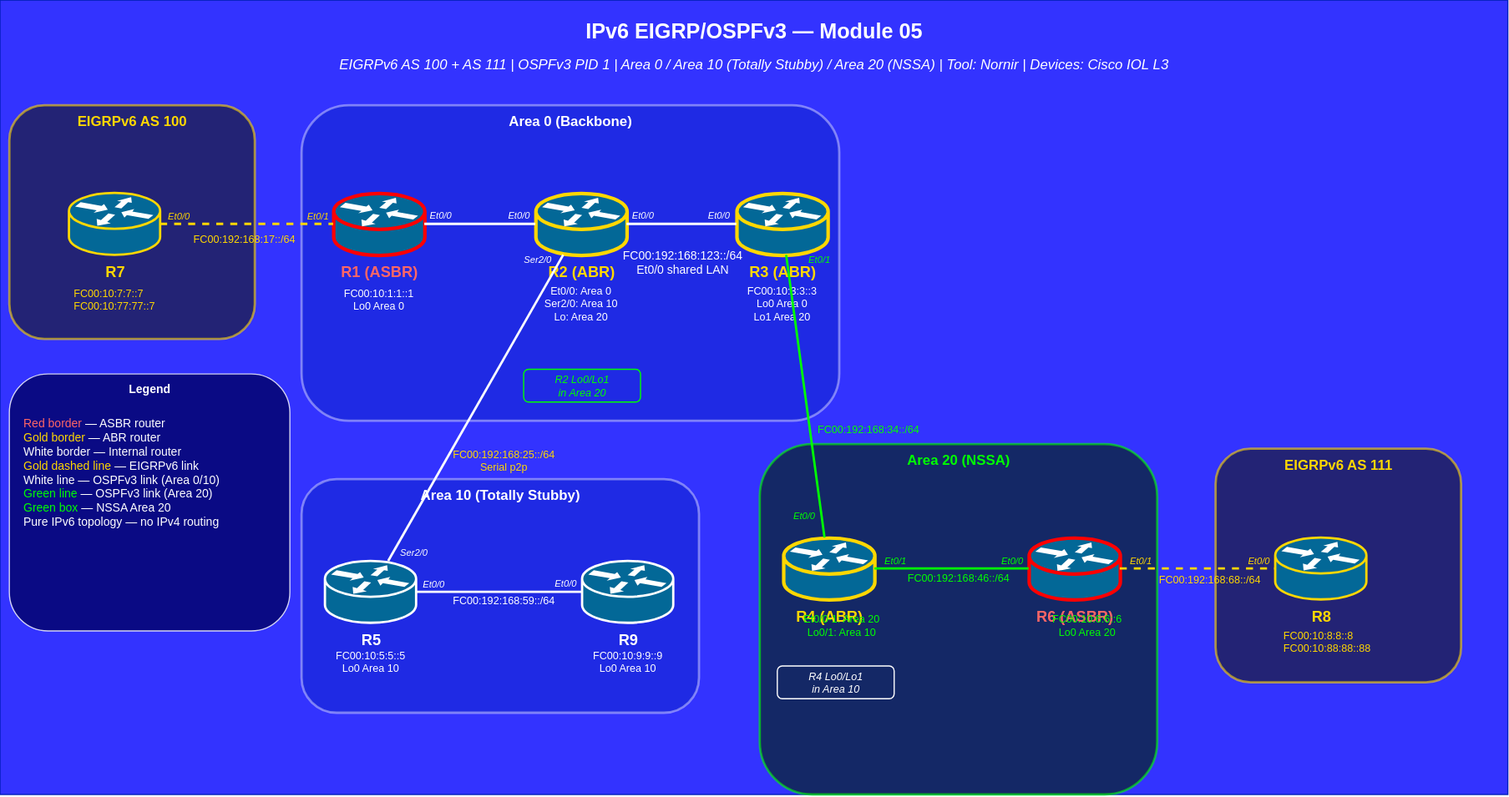
The draw.io diagram modules/05_ipv6_eigrp_ospf_nornir/diagrams/module05_topology_ipv6_eigrp_ospf.drawio.svg in tjehn/NAMS26, before a commit. Source tidied: cells renumbered, new cells last; positions are measured from the earlier drawing's top-left corner, leaving out a move shared by most shapes.
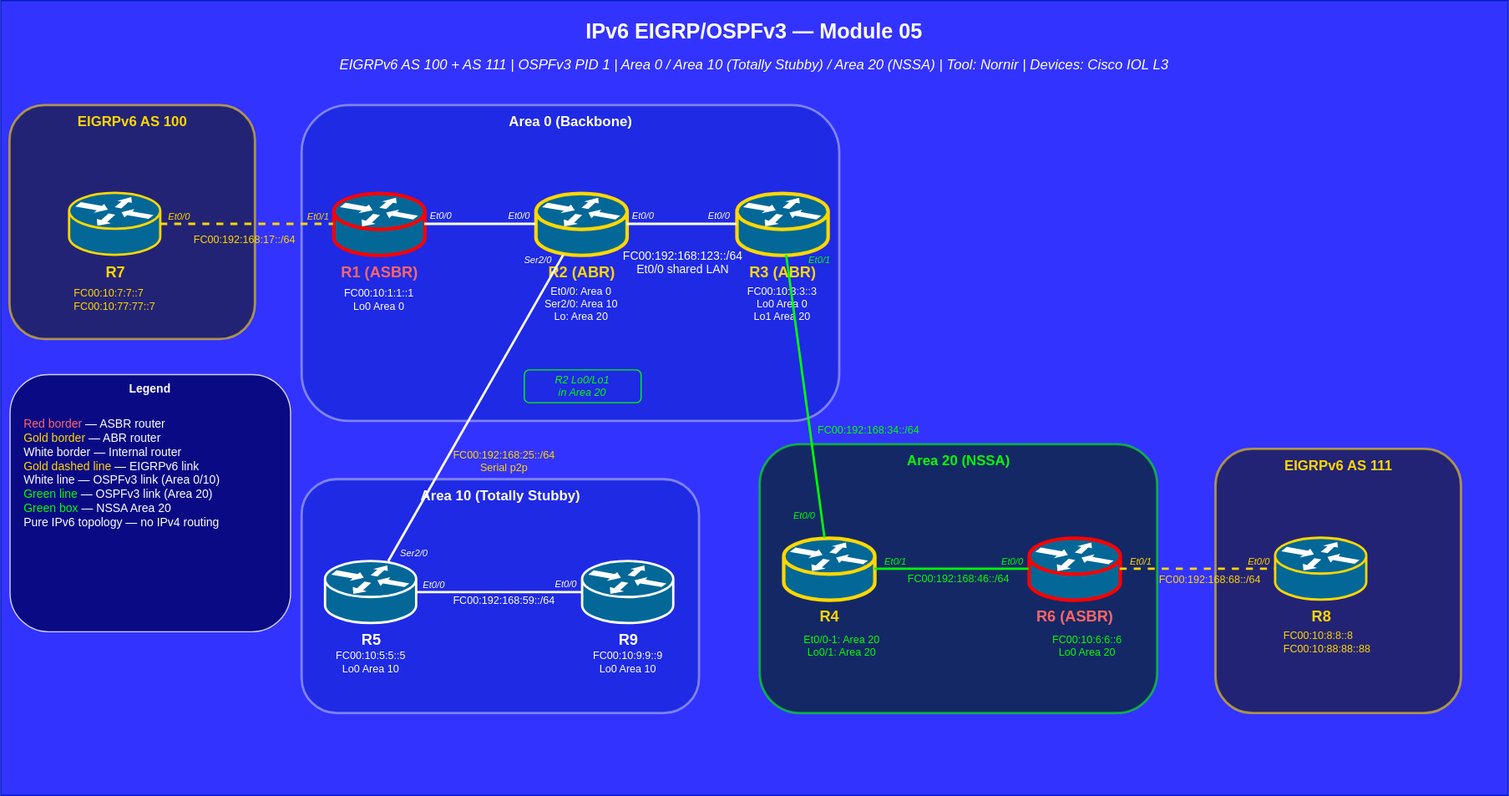
Later version of the same file.

What changed in the source:
```diff
@@ -96,13 +96,13 @@
       <mxGeometry x="466" y="492" width="36" height="14" as="geometry" />
     </mxCell>
     <mxCell id="33" value="Area 20 (NSSA)" style="rounded=1;whiteSpace=wrap;html=1;fillColor=#002200;strokeColor=#00FF00;strokeWidth=2;opacity=60;fontColor=#00FF00;fontSize=12;fontStyle=1;verticalAlign=top;" parent="1" vertex="1">
-      <mxGeometry x="650" y="380" width="340" height="300" as="geometry" />
+      <mxGeometry x="650" y="380" width="340" height="230" as="geometry" />
     </mxCell>
-    <mxCell id="34" value="R4 (ABR)" style="strokeColor=#FFD700;sketch=0;html=1;dashed=0;fillColor=#036897;strokeWidth=3;verticalLabelPosition=bottom;verticalAlign=top;align=center;outlineConnect=0;shape=mxgraph.cisco.routers.router;fontColor=#FFD700;fontSize=13;fontStyle=1;" parent="1" vertex="1">
+    <mxCell id="34" value="R4" style="strokeColor=#FFD700;sketch=0;html=1;dashed=0;fillColor=#036897;strokeWidth=3;verticalLabelPosition=bottom;verticalAlign=top;align=center;outlineConnect=0;shape=mxgraph.cisco.routers.router;fontColor=#FFD700;fontSize=13;fontStyle=1;" parent="1" vertex="1">
       <mxGeometry x="670" y="460" width="78" height="53" as="geometry" />
     </mxCell>
-    <mxCell id="35" value="Et0/0-1: Area 20&#10;Lo0/1: Area 10" style="text;html=1;whiteSpace=wrap;strokeColor=none;fillColor=none;align=center;verticalAlign=middle;rounded=0;fontColor=#00FF00;fontSize=9;" parent="1" vertex="1">
-      <mxGeometry x="665" y="521" width="110" height="28" as="geometry" />
+    <mxCell id="35" value="Et0/0-1: Area 20&lt;br&gt;Lo0/1: Area 20" style="text;html=1;whiteSpace=wrap;strokeColor=none;fillColor=none;align=center;verticalAlign=middle;rounded=0;fontColor=#00FF00;fontSize=9;" parent="1" vertex="1">
+      <mxGeometry x="665" y="538" width="110" height="28" as="geometry" />
     </mxCell>
     <mxCell id="36" value="Et0/0" style="text;html=1;whiteSpace=wrap;strokeColor=none;fillColor=none;align=center;verticalAlign=middle;rounded=0;fontColor=#00FF00;fontSize=8;fontStyle=2;" parent="1" vertex="1">
       <mxGeometry x="670" y="434" width="36" height="14" as="geometry" />
@@ -110,14 +110,11 @@
     <mxCell id="37" value="Et0/1" style="text;html=1;whiteSpace=wrap;strokeColor=none;fillColor=none;align=center;verticalAlign=middle;rounded=0;fontColor=#00FF00;fontSize=8;fontStyle=2;" parent="1" vertex="1">
       <mxGeometry x="748" y="473" width="36" height="14" as="geometry" />
     </mxCell>
-    <mxCell id="38" value="R4 Lo0/Lo1&#10;in Area 10" style="text;html=1;whiteSpace=wrap;strokeColor=#FFFFFF;fillColor=none;align=center;verticalAlign=middle;rounded=1;fontColor=#FFFFFF;fontSize=9;fontStyle=2;" parent="1" vertex="1">
-      <mxGeometry x="665" y="570" width="100" height="28" as="geometry" />
-    </mxCell>
     <mxCell id="39" value="R6 (ASBR)" style="strokeColor=#FF0000;sketch=0;html=1;dashed=0;fillColor=#036897;strokeWidth=3;verticalLabelPosition=bottom;verticalAlign=top;align=center;outlineConnect=0;shape=mxgraph.cisco.routers.router;fontColor=#FF6666;fontSize=13;fontStyle=1;" parent="1" vertex="1">
       <mxGeometry x="880" y="460" width="78" height="53" as="geometry" />
     </mxCell>
     <mxCell id="40" value="FC00:10:6:6::6&#10;Lo0 Area 20" style="text;html=1;whiteSpace=wrap;strokeColor=none;fillColor=none;align=center;verticalAlign=middle;rounded=0;fontColor=#00FF00;fontSize=9;" parent="1" vertex="1">
-      <mxGeometry x="880" y="521" width="100" height="28" as="geometry" />
+      <mxGeometry x="880" y="538" width="100" height="28" as="geometry" />
     </mxCell>
     <mxCell id="41" value="Et0/0" style="text;html=1;whiteSpace=wrap;strokeColor=none;fillColor=none;align=center;verticalAlign=middle;rounded=0;fontColor=#00FF00;fontSize=8;fontStyle=2;" parent="1" vertex="1">
       <mxGeometry x="848" y="473" width="36" height="14" as="geometry" />
@@ -126,7 +123,7 @@
       <mxGeometry x="958" y="473" width="36" height="14" as="geometry" />
     </mxCell>
     <mxCell id="43" value="EIGRPv6 AS 111" style="rounded=1;whiteSpace=wrap;html=1;fillColor=#1a1a1a;strokeColor=#FFD700;strokeWidth=2;opacity=60;fontColor=#FFD700;fontSize=12;fontStyle=1;verticalAlign=top;" parent="1" vertex="1">
-      <mxGeometry x="1040" y="384" width="210" height="200" as="geometry" />
+      <mxGeometry x="1040" y="384" width="210" height="226" as="geometry" />
     </mxCell>
     <mxCell id="44" value="R8" style="strokeColor=#FFD700;sketch=0;html=1;dashed=0;fillColor=#036897;strokeWidth=2;verticalLabelPosition=bottom;verticalAlign=top;align=center;outlineConnect=0;shape=mxgraph.cisco.routers.router;fontColor=#FFD700;fontSize=13;fontStyle=1;" parent="1" vertex="1">
       <mxGeometry x="1091" y="460" width="78" height="53" as="geometry" />
```
